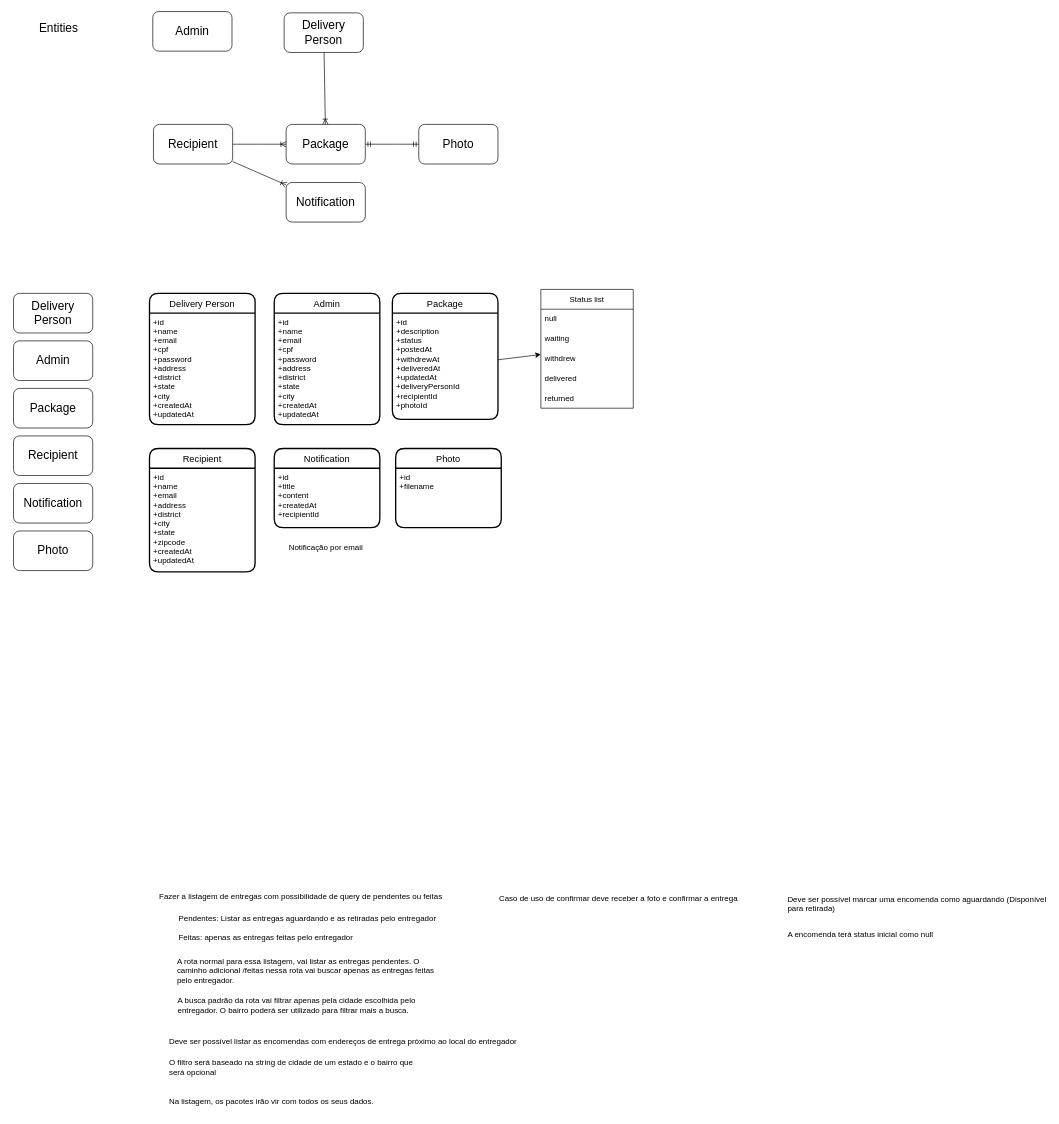
HalexV/fast-feet-api-challenge-04 keeps this draw.io diagram as blueprint.drawio. Above is the earlier version. Source tidied: cells renumbered, new cells numbered last; positions are measured from the earlier drawing's top-left corner, leaving out a move shared by most shapes. Both pictures are drawn from the tidied source at 66%, with x=0, y=0 at pixel (13, 11).
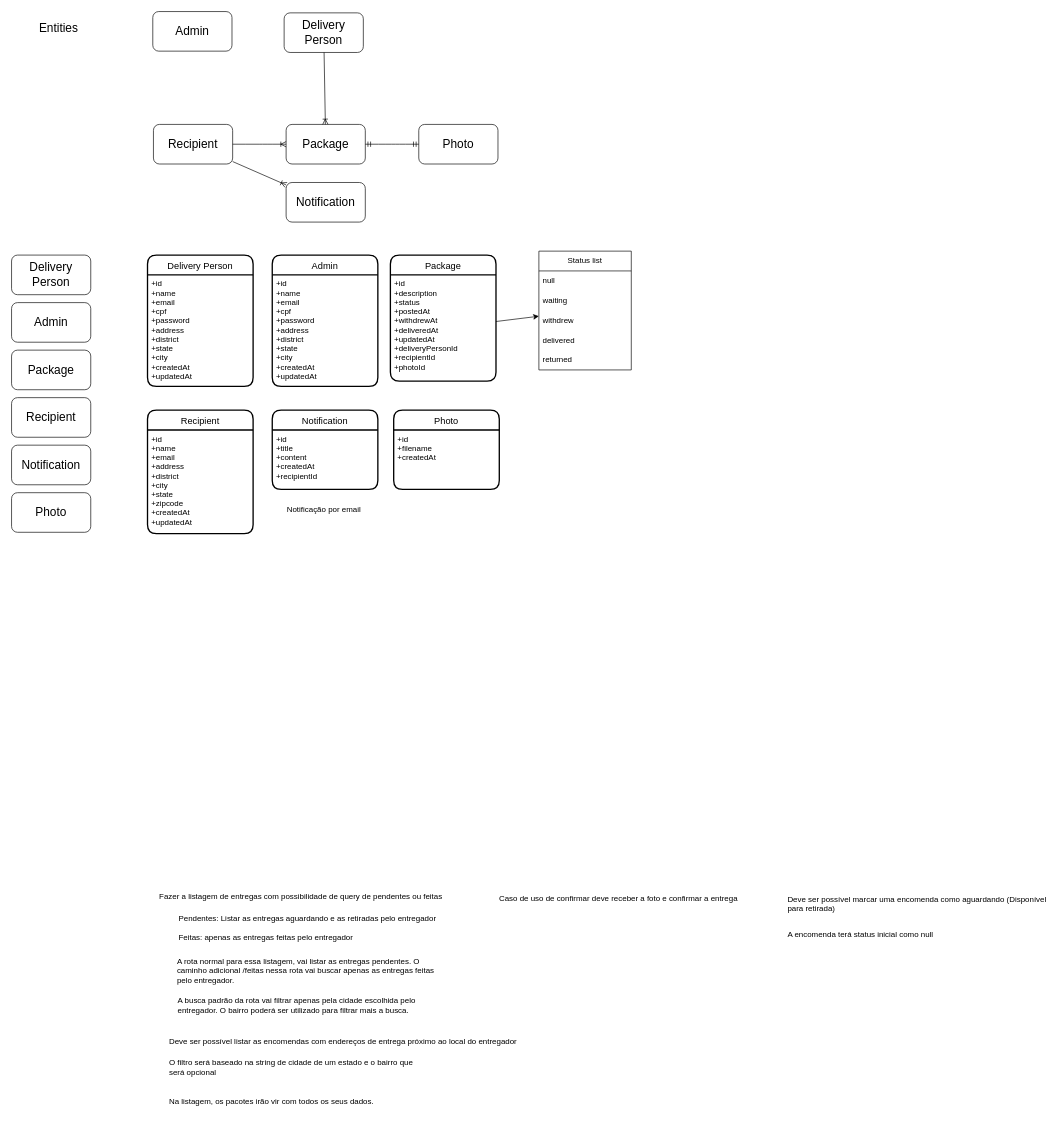
After the change.

Change to the diagram source:
```diff
@@
     <mxCell id="3" value="Delivery Person" style="rounded=1;whiteSpace=wrap;html=1;fontSize=18;" parent="1" vertex="1">
-      <mxGeometry y="427" width="120" height="60" as="geometry" />
+      <mxGeometry x="-3" y="369" width="120" height="60" as="geometry" />
     </mxCell>
     <mxCell id="4" value="Admin" style="rounded=1;whiteSpace=wrap;html=1;fontSize=18;" parent="1" vertex="1">
-      <mxGeometry y="499" width="120" height="60" as="geometry" />
+      <mxGeometry x="-3" y="441" width="120" height="60" as="geometry" />
     </mxCell>
     <mxCell id="5" value="Package" style="rounded=1;whiteSpace=wrap;html=1;fontSize=18;" parent="1" vertex="1">
-      <mxGeometry y="571" width="120" height="60" as="geometry" />
+      <mxGeometry x="-3" y="513" width="120" height="60" as="geometry" />
     </mxCell>
     <mxCell id="6" value="Recipient" style="rounded=1;whiteSpace=wrap;html=1;fontSize=18;" parent="1" vertex="1">
-      <mxGeometry y="643" width="120" height="60" as="geometry" />
+      <mxGeometry x="-3" y="585" width="120" height="60" as="geometry" />
     </mxCell>
     <mxCell id="7" value="Notification" style="rounded=1;whiteSpace=wrap;html=1;fontSize=18;" parent="1" vertex="1">
-      <mxGeometry y="715" width="120" height="60" as="geometry" />
+      <mxGeometry x="-3" y="657" width="120" height="60" as="geometry" />
     </mxCell>
     <mxCell id="8" value="Photo" style="rounded=1;whiteSpace=wrap;html=1;fontSize=18;" parent="1" vertex="1">
-      <mxGeometry y="787" width="120" height="60" as="geometry" />
+      <mxGeometry x="-3" y="729" width="120" height="60" as="geometry" />
     </mxCell>
     <mxCell id="9" value="Delivery Person" style="swimlane;horizontal=1;startSize=30;rounded=1;fontSize=14;fontStyle=0;strokeWidth=2;shadow=0;dashed=0;align=center;" parent="1" vertex="1">
-      <mxGeometry x="206" y="427" width="160" height="199" as="geometry" />
+      <mxGeometry x="203" y="369" width="160" height="199" as="geometry" />
     </mxCell>
@@
     <mxCell id="11" value="Recipient" style="swimlane;horizontal=1;startSize=30;rounded=1;fontSize=14;fontStyle=0;strokeWidth=2;shadow=0;dashed=0;align=center;" parent="1" vertex="1">
-      <mxGeometry x="206" y="662" width="160" height="187" as="geometry" />
+      <mxGeometry x="203" y="604" width="160" height="187" as="geometry" />
     </mxCell>
@@
     <mxCell id="24" value="Admin" style="swimlane;horizontal=1;startSize=30;rounded=1;fontSize=14;fontStyle=0;strokeWidth=2;shadow=0;dashed=0;align=center;" parent="1" vertex="1">
-      <mxGeometry x="395" y="427" width="160" height="199" as="geometry" />
+      <mxGeometry x="392" y="369" width="160" height="199" as="geometry" />
     </mxCell>
@@
     <mxCell id="26" value="Package" style="swimlane;horizontal=1;startSize=30;rounded=1;fontSize=14;fontStyle=0;strokeWidth=2;shadow=0;dashed=0;align=center;" parent="1" vertex="1">
-      <mxGeometry x="574" y="427" width="160" height="191" as="geometry" />
+      <mxGeometry x="571" y="369" width="160" height="191" as="geometry" />
     </mxCell>
@@
     <mxCell id="28" value="Notification" style="swimlane;horizontal=1;startSize=30;rounded=1;fontSize=14;fontStyle=0;strokeWidth=2;shadow=0;dashed=0;align=center;" parent="1" vertex="1">
-      <mxGeometry x="395" y="662" width="160" height="120" as="geometry" />
+      <mxGeometry x="392" y="604" width="160" height="120" as="geometry" />
     </mxCell>
@@
     <mxCell id="30" value="Photo" style="swimlane;horizontal=1;startSize=30;rounded=1;fontSize=14;fontStyle=0;strokeWidth=2;shadow=0;dashed=0;align=center;" parent="1" vertex="1">
-      <mxGeometry x="579" y="662" width="160" height="120" as="geometry" />
+      <mxGeometry x="576" y="604" width="160" height="120" as="geometry" />
     </mxCell>
-    <mxCell id="31" value="+id&#10;+filename&#10;" style="align=left;strokeColor=none;fillColor=none;spacingLeft=4;fontSize=12;verticalAlign=top;" parent="30" vertex="1">
+    <mxCell id="31" value="+id&#10;+filename&#10;+createdAt" style="align=left;strokeColor=none;fillColor=none;spacingLeft=4;fontSize=12;verticalAlign=top;" parent="30" vertex="1">
       <mxGeometry y="30" width="160" height="90" as="geometry" />
     </mxCell>
     <mxCell id="32" value="Status list" style="swimlane;fontStyle=0;horizontal=1;startSize=30;whiteSpace=wrap;html=1;shadow=0;fontFamily=Helvetica;fontSize=12;fontColor=default;fillColor=none;gradientColor=none;" parent="1" vertex="1">
-      <mxGeometry x="799" y="421" width="140" height="180" as="geometry" />
+      <mxGeometry x="796" y="363" width="140" height="180" as="geometry" />
     </mxCell>
@@
     <mxCell id="39" value="Notificação por email" style="text;html=1;align=center;verticalAlign=middle;strokeColor=none;fillColor=none;fontSize=12;fontFamily=Helvetica;fontColor=default;shadow=0;" parent="1" vertex="1">
-      <mxGeometry x="408" y="799" width="130" height="26" as="geometry" />
+      <mxGeometry x="405" y="741" width="130" height="26" as="geometry" />
     </mxCell>
```
